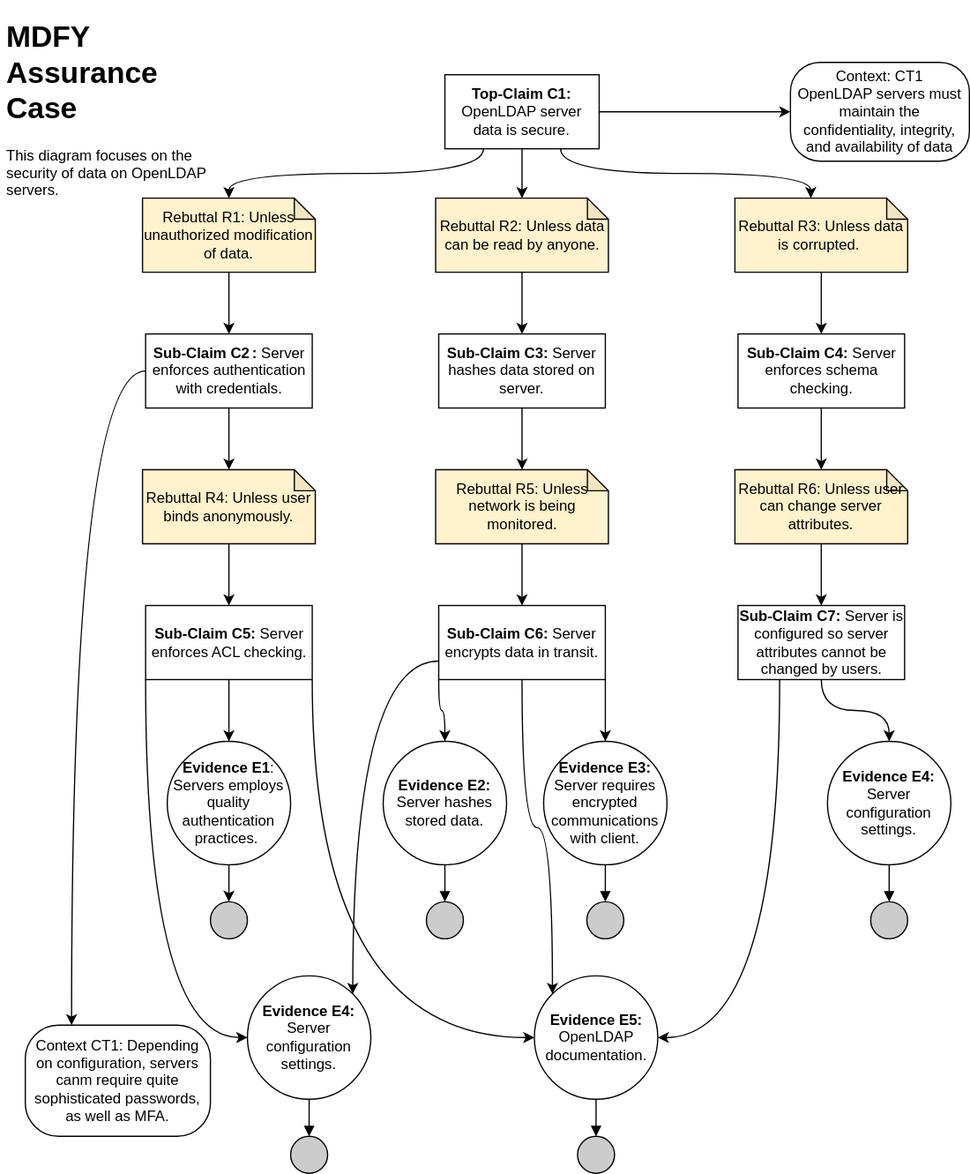
bartelsjoshuac/SAPG keeps this draw.io diagram as images/MDFY_Assurance_Case.drawio.svg. Above is the earlier version. Source tidied: cells renumbered, new cells last; positions are measured from the earlier drawing's top-left corner, leaving out a move shared by most shapes.
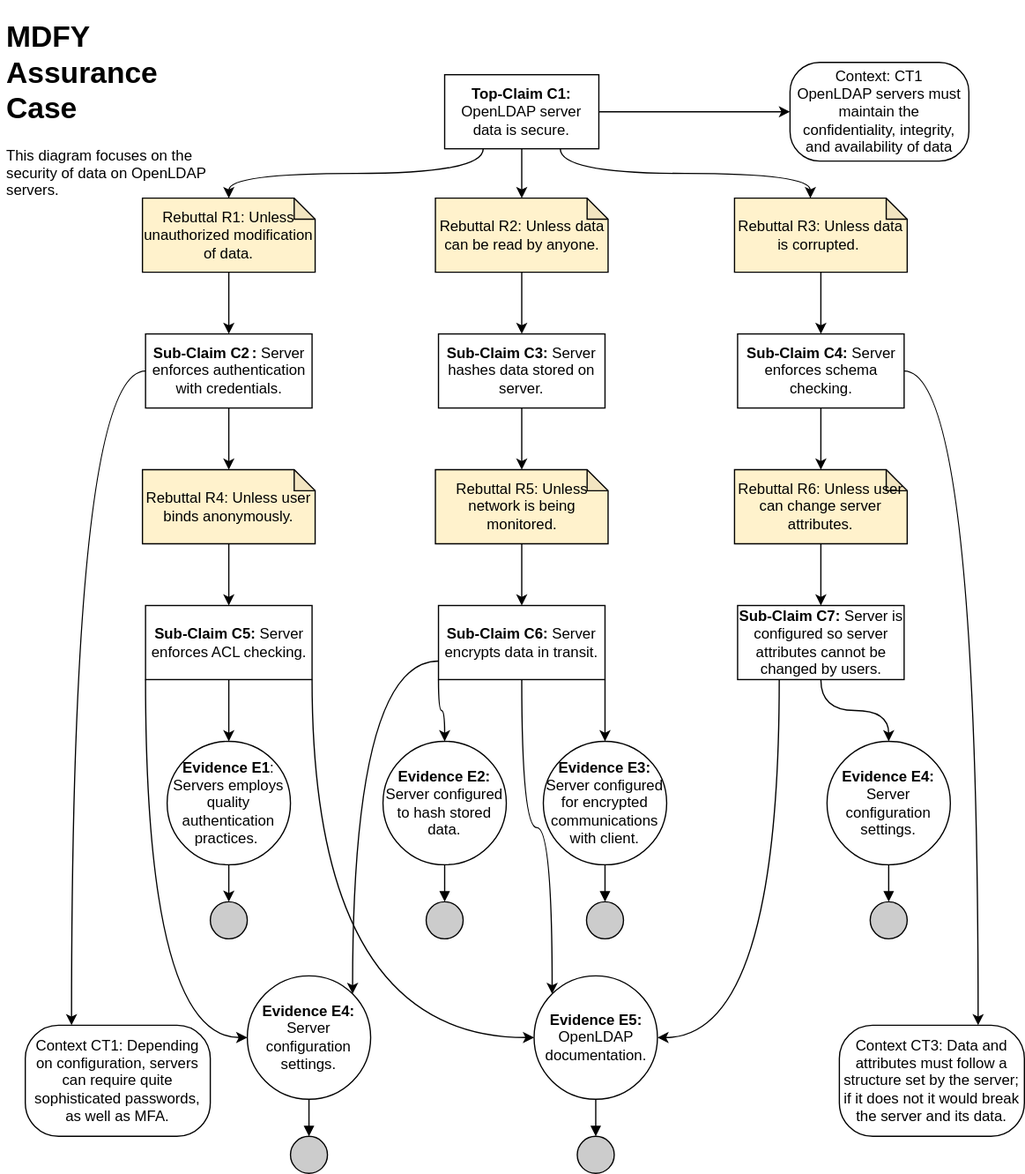
The same diagram one commit later.

Diff of the diagram source:
```diff
@@ -65,6 +65,9 @@
     <mxCell id="22" value="Rebuttal R5: Unless network is being monitored." style="shape=note;whiteSpace=wrap;html=1;backgroundOutline=1;darkOpacity=0.05;size=17;fillColor=#FFF2CC;" parent="1" vertex="1">
       <mxGeometry x="352.5" y="370" width="140" height="60" as="geometry" />
     </mxCell>
+    <mxCell id="59" style="edgeStyle=orthogonalEdgeStyle;rounded=0;jettySize=auto;html=1;exitX=1;exitY=0.5;exitDx=0;exitDy=0;entryX=0.75;entryY=0;entryDx=0;entryDy=0;curved=1;" parent="1" edge="1" source="23" target="60">
+      <mxGeometry relative="1" as="geometry" />
+    </mxCell>
     <mxCell id="23" value="&lt;b&gt;Sub-Claim C4: &lt;/b&gt;Server enforces schema checking." style="rounded=0;whiteSpace=wrap;html=1;" parent="1" vertex="1">
       <mxGeometry x="597.5" y="260" width="135" height="60" as="geometry" />
     </mxCell>
@@ -128,7 +131,7 @@
     <mxCell id="43" style="edgeStyle=orthogonalEdgeStyle;curved=1;rounded=0;jettySize=auto;html=1;entryX=0.5;entryY=0;entryDx=0;entryDy=0;endArrow=block;endFill=1;" parent="1" edge="1" source="44" target="45">
       <mxGeometry relative="1" as="geometry" />
     </mxCell>
-    <mxCell id="44" value="&lt;b&gt;Evidence E2:&lt;/b&gt;&lt;br&gt;Server hashes stored data." style="ellipse;whiteSpace=wrap;html=1;fillColor=#ffffff;rounded=0;" parent="1" vertex="1">
+    <mxCell id="44" value="&lt;b&gt;Evidence E2:&lt;/b&gt;&lt;br&gt;Server configured to hash stored data." style="ellipse;whiteSpace=wrap;html=1;fillColor=#ffffff;rounded=0;" parent="1" vertex="1">
       <mxGeometry x="310" y="590" width="100" height="100" as="geometry" />
     </mxCell>
     <mxCell id="45" style="ellipse;whiteSpace=wrap;html=1;fillColor=#CCCCCC;" parent="1" vertex="1">
@@ -137,7 +140,7 @@
     <mxCell id="46" style="edgeStyle=orthogonalEdgeStyle;curved=1;rounded=0;jettySize=auto;html=1;entryX=0.5;entryY=0;entryDx=0;entryDy=0;endArrow=block;endFill=1;" parent="1" edge="1" source="47" target="48">
       <mxGeometry relative="1" as="geometry" />
     </mxCell>
-    <mxCell id="47" value="&lt;b&gt;Evidence E3:&lt;/b&gt;&lt;br&gt;Server requires encrypted communications with client." style="ellipse;whiteSpace=wrap;html=1;fillColor=#ffffff;rounded=0;" parent="1" vertex="1">
+    <mxCell id="47" value="&lt;b&gt;Evidence E3:&lt;/b&gt;&lt;br&gt;Server configured for encrypted communications with client." style="ellipse;whiteSpace=wrap;html=1;fillColor=#ffffff;rounded=0;" parent="1" vertex="1">
       <mxGeometry x="440" y="590" width="100" height="100" as="geometry" />
     </mxCell>
     <mxCell id="48" style="ellipse;whiteSpace=wrap;html=1;fillColor=#CCCCCC;" parent="1" vertex="1">
@@ -170,8 +173,11 @@
     <mxCell id="57" style="ellipse;whiteSpace=wrap;html=1;fillColor=#CCCCCC;" parent="1" vertex="1">
       <mxGeometry x="235" y="910" width="30" height="30" as="geometry" />
     </mxCell>
-    <mxCell id="58" value="Context CT1: Depending on configuration, servers canm require quite sophisticated passwords, as well as MFA." style="rounded=1;whiteSpace=wrap;html=1;arcSize=30;" parent="1" vertex="1">
+    <mxCell id="58" value="Context CT1: Depending on configuration, servers can require quite sophisticated passwords, as well as MFA." style="rounded=1;whiteSpace=wrap;html=1;arcSize=30;" parent="1" vertex="1">
       <mxGeometry x="20" y="820" width="150" height="90" as="geometry" />
     </mxCell>
+    <mxCell id="60" value="Context CT3: Data and attributes must follow a structure set by the server; if it does not it would break the server and its data." style="rounded=1;whiteSpace=wrap;html=1;arcSize=30;" parent="1" vertex="1">
+      <mxGeometry x="680" y="820" width="150" height="90" as="geometry" />
+    </mxCell>
   </root>
 </mxGraphModel>
```
